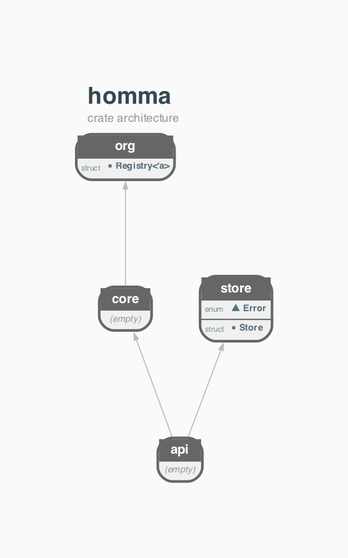
Above: docs/STRUCTURE.GRAPH.png in orgrinrt/homma (Graphviz), before the change. Its source is kept beside it as docs/STRUCTURE.GRAPH.dot.
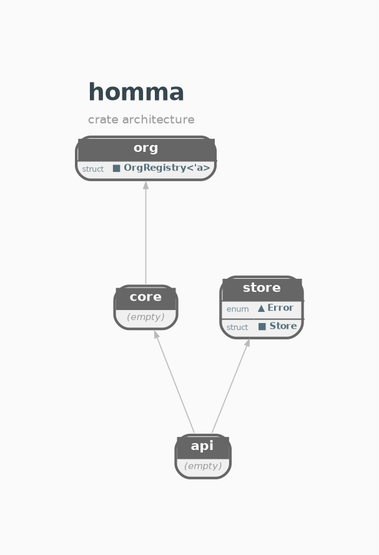
The same diagram one commit later.

Change to the diagram source:
```diff
@@ -13,7 +13,7 @@
 
     homma_api [shape=none, margin=0, label=<<TABLE BORDER="2" CELLBORDER="0" CELLSPACING="0" CELLPADDING="3" BGCOLOR="#F0F0F0" COLOR="#666666" STYLE="ROUNDED"><TR><TD COLSPAN="2" BGCOLOR="#666666" ALIGN="CENTER"><FONT COLOR="white" POINT-SIZE="10"><B>  api  </B></FONT></TD></TR><TR><TD COLSPAN="2"><FONT COLOR="#999999" POINT-SIZE="7"><I>(empty)</I></FONT></TD></TR></TABLE>>];
     homma_core [shape=none, margin=0, label=<<TABLE BORDER="2" CELLBORDER="0" CELLSPACING="0" CELLPADDING="3" BGCOLOR="#F0F0F0" COLOR="#666666" STYLE="ROUNDED"><TR><TD COLSPAN="2" BGCOLOR="#666666" ALIGN="CENTER"><FONT COLOR="white" POINT-SIZE="10"><B>  core  </B></FONT></TD></TR><TR><TD COLSPAN="2"><FONT COLOR="#999999" POINT-SIZE="7"><I>(empty)</I></FONT></TD></TR></TABLE>>];
-    homma_org [shape=none, margin=0, label=<<TABLE BORDER="2" CELLBORDER="0" CELLSPACING="0" CELLPADDING="3" BGCOLOR="#F0F0F0" COLOR="#666666" STYLE="ROUNDED"><TR><TD COLSPAN="2" BGCOLOR="#666666" ALIGN="CENTER"><FONT COLOR="white" POINT-SIZE="10"><B>  org  </B></FONT></TD></TR><HR/><TR><TD ALIGN="LEFT"><FONT COLOR="#78909C" POINT-SIZE="6">struct</FONT></TD><TD ALIGN="LEFT" PORT="p_Registry"><FONT COLOR="#546E7A" POINT-SIZE="7"><B>■ Registry&lt;'a&gt;</B></FONT></TD></TR></TABLE>>];
+    homma_org [shape=none, margin=0, label=<<TABLE BORDER="2" CELLBORDER="0" CELLSPACING="0" CELLPADDING="3" BGCOLOR="#F0F0F0" COLOR="#666666" STYLE="ROUNDED"><TR><TD COLSPAN="2" BGCOLOR="#666666" ALIGN="CENTER"><FONT COLOR="white" POINT-SIZE="10"><B>  org  </B></FONT></TD></TR><HR/><TR><TD ALIGN="LEFT"><FONT COLOR="#78909C" POINT-SIZE="6">struct</FONT></TD><TD ALIGN="LEFT" PORT="p_OrgRegistry"><FONT COLOR="#546E7A" POINT-SIZE="7"><B>■ OrgRegistry&lt;'a&gt;</B></FONT></TD></TR></TABLE>>];
     homma_store [shape=none, margin=0, label=<<TABLE BORDER="2" CELLBORDER="0" CELLSPACING="0" CELLPADDING="3" BGCOLOR="#F0F0F0" COLOR="#666666" STYLE="ROUNDED"><TR><TD COLSPAN="2" BGCOLOR="#666666" ALIGN="CENTER"><FONT COLOR="white" POINT-SIZE="10"><B>  store  </B></FONT></TD></TR><HR/><TR><TD ALIGN="LEFT"><FONT COLOR="#78909C" POINT-SIZE="6">enum</FONT></TD><TD ALIGN="LEFT" PORT="p_Error"><FONT COLOR="#546E7A" POINT-SIZE="7"><B>▲ Error</B></FONT></TD></TR><HR/><TR><TD ALIGN="LEFT"><FONT COLOR="#78909C" POINT-SIZE="6">struct</FONT></TD><TD ALIGN="LEFT" PORT="p_Store"><FONT COLOR="#546E7A" POINT-SIZE="7"><B>■ Store</B></FONT></TD></TR></TABLE>>];
 
     { rank=same; homma_api; } // depth 0
```
